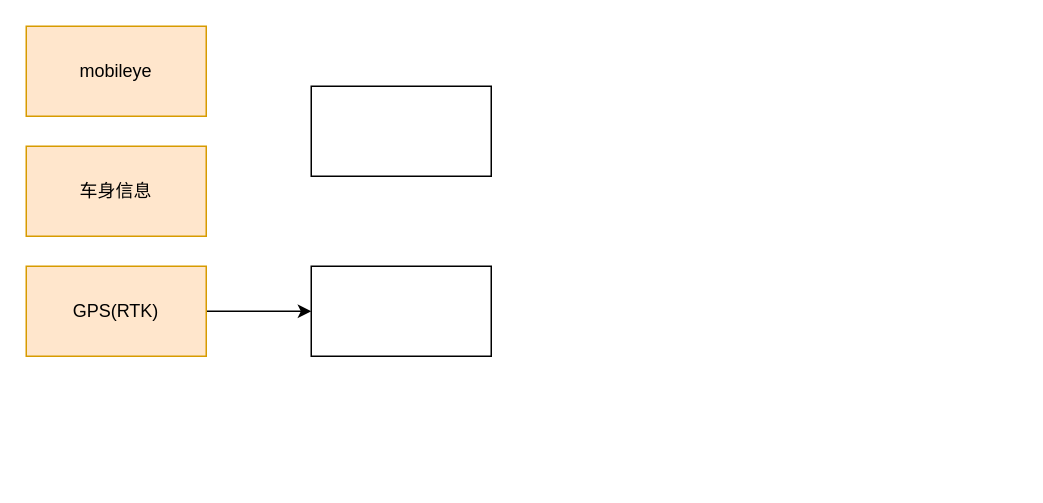
The draw.io diagram poc传感器数据接入.drawio in xhzhuhit/Trajectory_Compression_Algorithms, before the edit. Source tidied: cells renumbered, new cells numbered last; positions are measured from the earlier drawing's top-left corner, leaving out a move shared by most shapes. Both pictures are drawn from the tidied source at 150%, with x=0, y=0 at pixel (26, 26).
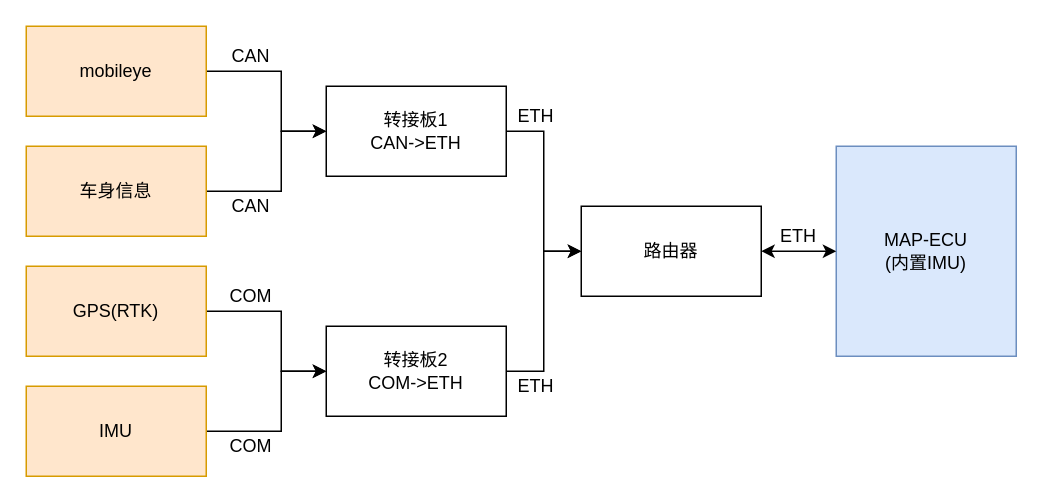
The same page after the edit.

Commit message (it also covers changes not shown here):
Update poc传感器数据接入.drawio

The change refers to these unchanged cells:
```xml
<mxCell id="2" value="mobileye" style="rounded=0;whiteSpace=wrap;html=1;fillColor=#ffe6cc;strokeColor=#d79b00;" parent="1" vertex="1">
  <mxGeometry width="120" height="60" as="geometry" />
</mxCell>
<mxCell id="3" value="车身信息" style="rounded=0;whiteSpace=wrap;html=1;fillColor=#ffe6cc;strokeColor=#d79b00;" parent="1" vertex="1">
  <mxGeometry y="80" width="120" height="60" as="geometry" />
</mxCell>
<mxCell id="5" value="GPS(RTK)" style="rounded=0;whiteSpace=wrap;html=1;fillColor=#ffe6cc;strokeColor=#d79b00;" parent="1" vertex="1">
  <mxGeometry y="160" width="120" height="60" as="geometry" />
</mxCell>
```

Change to the diagram source:
```diff
@@
+    <mxCell id="8" style="edgeStyle=orthogonalEdgeStyle;rounded=0;jettySize=auto;html=1;exitX=1;exitY=0.5;exitDx=0;exitDy=0;entryX=0;entryY=0.5;entryDx=0;entryDy=0;" parent="1" edge="1" source="2" target="6">
+      <mxGeometry relative="1" as="geometry">
+        <Array as="points">
+          <mxPoint x="170" y="30" />
+          <mxPoint x="170" y="70" />
+        </Array>
+      </mxGeometry>
+    </mxCell>
@@
+    <mxCell id="9" style="edgeStyle=orthogonalEdgeStyle;rounded=0;jettySize=auto;html=1;exitX=1;exitY=0.5;exitDx=0;exitDy=0;entryX=0;entryY=0.5;entryDx=0;entryDy=0;" parent="1" edge="1" source="3" target="6">
+      <mxGeometry relative="1" as="geometry">
+        <Array as="points">
+          <mxPoint x="170" y="110" />
+          <mxPoint x="170" y="70" />
+        </Array>
+      </mxGeometry>
+    </mxCell>
@@
     <mxCell id="4" style="edgeStyle=orthogonalEdgeStyle;rounded=0;jettySize=auto;html=1;exitX=1;exitY=0.5;exitDx=0;exitDy=0;entryX=0;entryY=0.5;entryDx=0;entryDy=0;" parent="1" edge="1" source="5" target="7">
-      <mxGeometry relative="1" as="geometry" />
+      <mxGeometry relative="1" as="geometry">
+        <Array as="points">
+          <mxPoint x="170" y="190" />
+          <mxPoint x="170" y="230" />
+        </Array>
+      </mxGeometry>
     </mxCell>
@@
+    <mxCell id="10" style="edgeStyle=orthogonalEdgeStyle;rounded=0;jettySize=auto;html=1;exitX=1;exitY=0.5;exitDx=0;exitDy=0;entryX=0;entryY=0.5;entryDx=0;entryDy=0;" parent="1" edge="1" source="6" target="18">
+      <mxGeometry relative="1" as="geometry" />
+    </mxCell>
-    <mxCell id="6" style="rounded=0;whiteSpace=wrap;html=1;" parent="1" vertex="1">
-      <mxGeometry x="190" y="40" width="120" height="60" as="geometry" />
+    <mxCell id="6" value="&lt;div&gt;转接板1&lt;/div&gt;&lt;div&gt;CAN-&amp;gt;ETH&lt;br&gt;&lt;/div&gt;" style="rounded=0;whiteSpace=wrap;html=1;" parent="1" vertex="1">
+      <mxGeometry x="200" y="40" width="120" height="60" as="geometry" />
     </mxCell>
+    <mxCell id="11" style="edgeStyle=orthogonalEdgeStyle;rounded=0;jettySize=auto;html=1;exitX=1;exitY=0.5;exitDx=0;exitDy=0;entryX=0;entryY=0.5;entryDx=0;entryDy=0;" parent="1" edge="1" source="7" target="18">
+      <mxGeometry relative="1" as="geometry" />
+    </mxCell>
-    <mxCell id="7" style="rounded=0;whiteSpace=wrap;html=1;" parent="1" vertex="1">
-      <mxGeometry x="190" y="160" width="120" height="60" as="geometry" />
+    <mxCell id="7" value="&lt;div&gt;转接板2&lt;/div&gt;&lt;div&gt;COM-&amp;gt;ETH&lt;br&gt;&lt;/div&gt;" style="rounded=0;whiteSpace=wrap;html=1;" parent="1" vertex="1">
+      <mxGeometry x="200" y="200" width="120" height="60" as="geometry" />
     </mxCell>
+    <mxCell id="12" style="edgeStyle=orthogonalEdgeStyle;rounded=0;jettySize=auto;html=1;exitX=1;exitY=0.5;exitDx=0;exitDy=0;entryX=0;entryY=0.5;entryDx=0;entryDy=0;" parent="1" edge="1" source="13" target="7">
+      <mxGeometry relative="1" as="geometry">
+        <Array as="points">
+          <mxPoint x="170" y="270" />
+          <mxPoint x="170" y="230" />
+        </Array>
+      </mxGeometry>
+    </mxCell>
+    <mxCell id="13" value="IMU" style="rounded=0;whiteSpace=wrap;html=1;fillColor=#ffe6cc;strokeColor=#d79b00;" parent="1" vertex="1">
+      <mxGeometry y="240" width="120" height="60" as="geometry" />
+    </mxCell>
+    <mxCell id="14" value="CAN" style="text;html=1;strokeColor=none;fillColor=none;align=center;verticalAlign=middle;whiteSpace=wrap;rounded=0;" parent="1" vertex="1">
+      <mxGeometry x="130" y="10" width="40" height="20" as="geometry" />
+    </mxCell>
+    <mxCell id="15" value="CAN" style="text;html=1;strokeColor=none;fillColor=none;align=center;verticalAlign=middle;whiteSpace=wrap;rounded=0;" parent="1" vertex="1">
+      <mxGeometry x="130" y="110" width="40" height="20" as="geometry" />
+    </mxCell>
+    <mxCell id="16" value="COM" style="text;html=1;strokeColor=none;fillColor=none;align=center;verticalAlign=middle;whiteSpace=wrap;rounded=0;" parent="1" vertex="1">
+      <mxGeometry x="130" y="270" width="40" height="20" as="geometry" />
+    </mxCell>
+    <mxCell id="17" value="COM" style="text;html=1;strokeColor=none;fillColor=none;align=center;verticalAlign=middle;whiteSpace=wrap;rounded=0;" parent="1" vertex="1">
+      <mxGeometry x="130" y="170" width="40" height="20" as="geometry" />
+    </mxCell>
+    <mxCell id="18" value="路由器" style="rounded=0;whiteSpace=wrap;html=1;" parent="1" vertex="1">
+      <mxGeometry x="370" y="120" width="120" height="60" as="geometry" />
+    </mxCell>
+    <mxCell id="19" value="ETH" style="text;html=1;strokeColor=none;fillColor=none;align=center;verticalAlign=middle;whiteSpace=wrap;rounded=0;" parent="1" vertex="1">
+      <mxGeometry x="320" y="230" width="40" height="20" as="geometry" />
+    </mxCell>
+    <mxCell id="20" value="ETH" style="text;html=1;strokeColor=none;fillColor=none;align=center;verticalAlign=middle;whiteSpace=wrap;rounded=0;" parent="1" vertex="1">
+      <mxGeometry x="320" y="50" width="40" height="20" as="geometry" />
+    </mxCell>
+    <mxCell id="21" value="ETH" style="text;html=1;strokeColor=none;fillColor=none;align=center;verticalAlign=middle;whiteSpace=wrap;rounded=0;" parent="1" vertex="1">
+      <mxGeometry x="495" y="130" width="40" height="20" as="geometry" />
+    </mxCell>
+    <mxCell id="22" value="&lt;div&gt;MAP-ECU&lt;/div&gt;&lt;div&gt;(内置IMU)&lt;br&gt;&lt;/div&gt;" style="rounded=0;whiteSpace=wrap;html=1;fillColor=#dae8fc;strokeColor=#6c8ebf;" parent="1" vertex="1">
+      <mxGeometry x="540" y="80" width="120" height="140" as="geometry" />
+    </mxCell>
+    <mxCell id="23" style="endArrow=classic;startArrow=classic;html=1;entryX=0;entryY=0.5;entryDx=0;entryDy=0;exitX=1;exitY=0.5;exitDx=0;exitDy=0;" parent="1" edge="1" source="18" target="22">
+      <mxGeometry relative="1" as="geometry" />
+    </mxCell>
```
